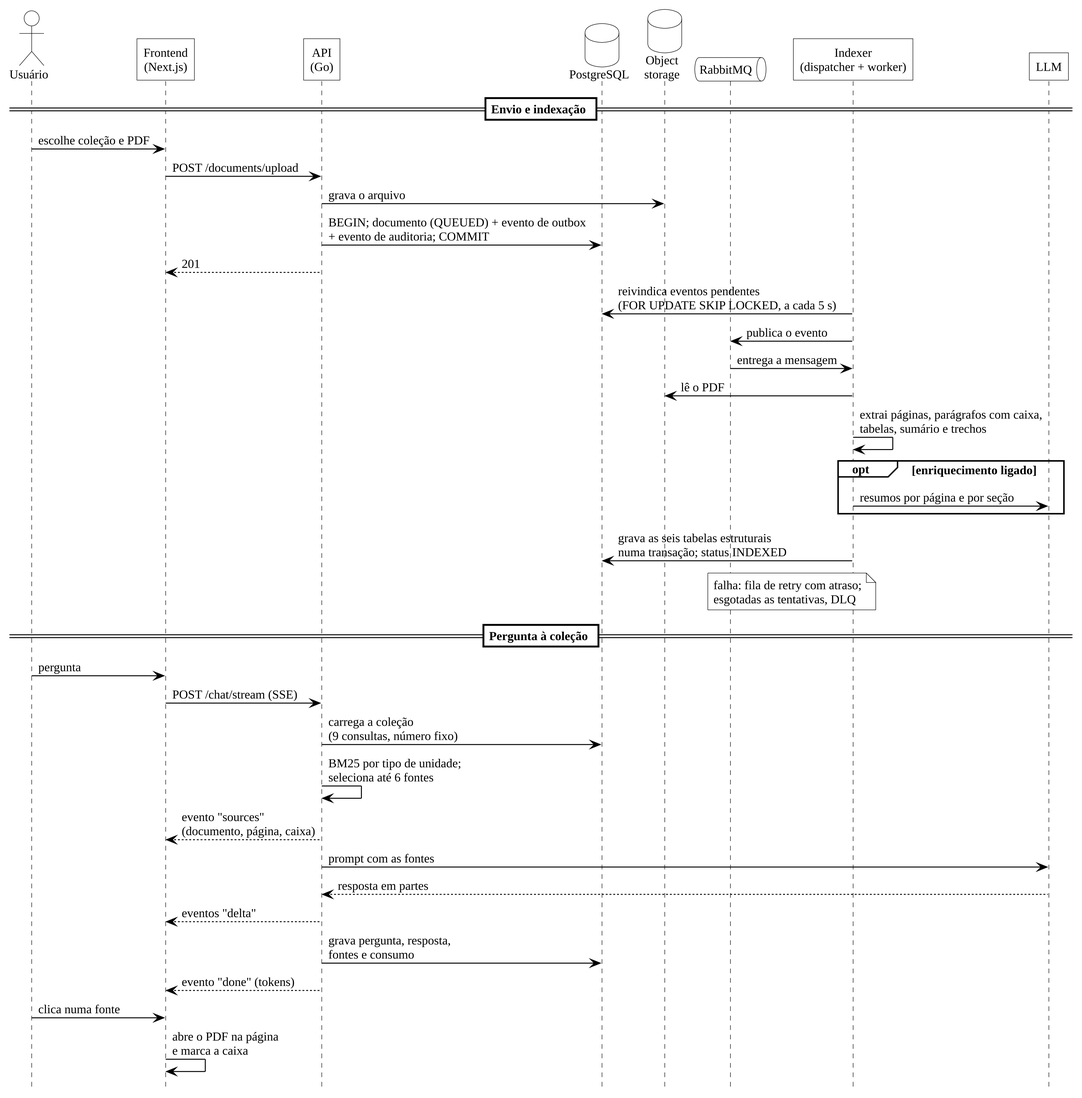
Earlier version of the PlantUML export docs/article/anexos/diagramas/sequencia.png (EduardoMG12/ThingIndex). Its source is kept beside it as docs/article/anexos/diagramas/sequencia.puml.
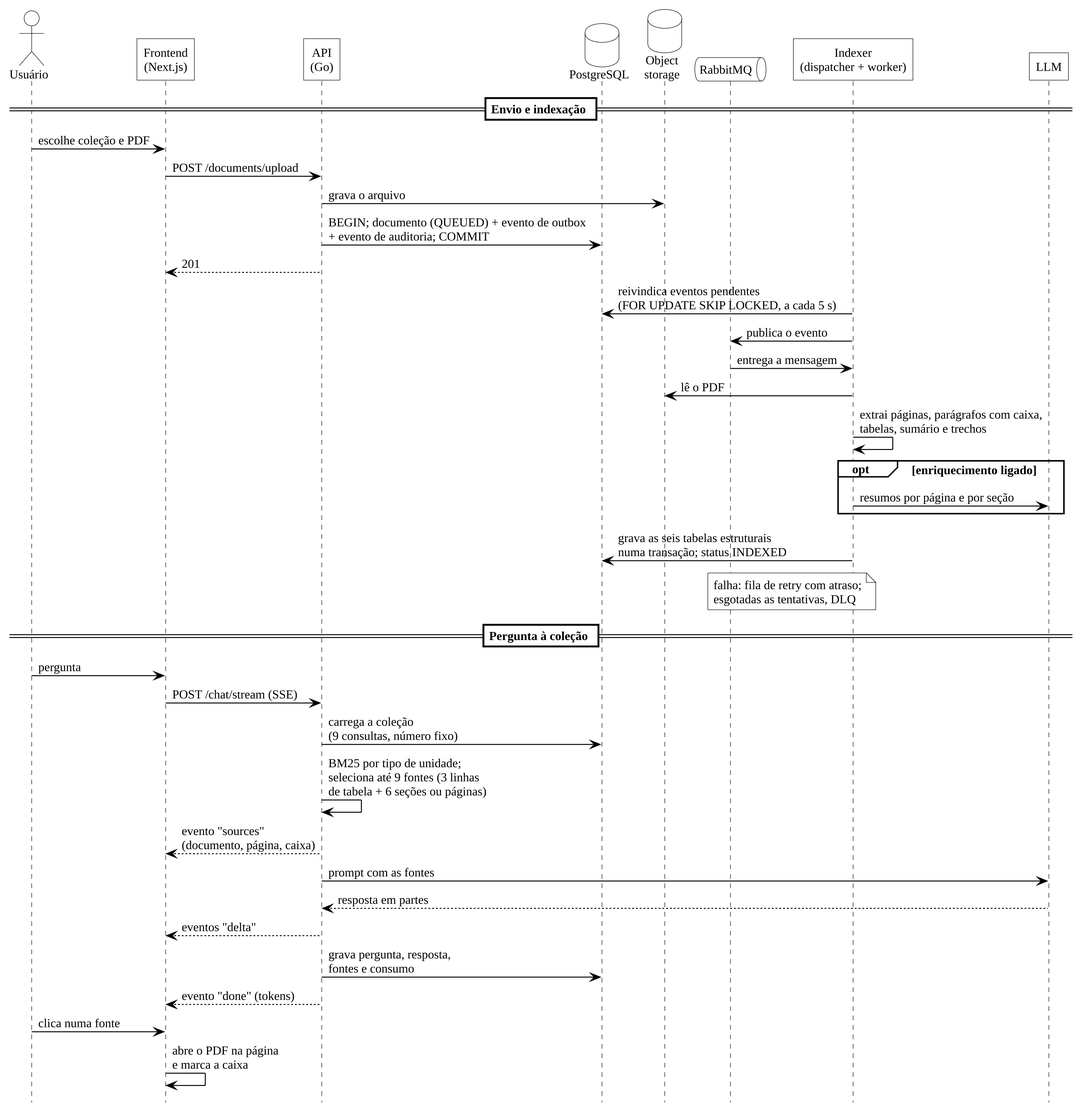
Above is the later version.

Change to the diagram source:
```diff
@@ -34,7 +34,7 @@
 U -> F : pergunta
 F -> A : POST /chat/stream (SSE)
 A -> P : carrega a coleção\n(9 consultas, número fixo)
-A -> A : BM25 por tipo de unidade;\nseleciona até 6 fontes
+A -> A : BM25 por tipo de unidade;\nseleciona até 9 fontes (3 linhas\nde tabela + 6 seções ou páginas)
 A --> F : evento "sources"\n(documento, página, caixa)
 A -> L : prompt com as fontes
 L --> A : resposta em partes
```
